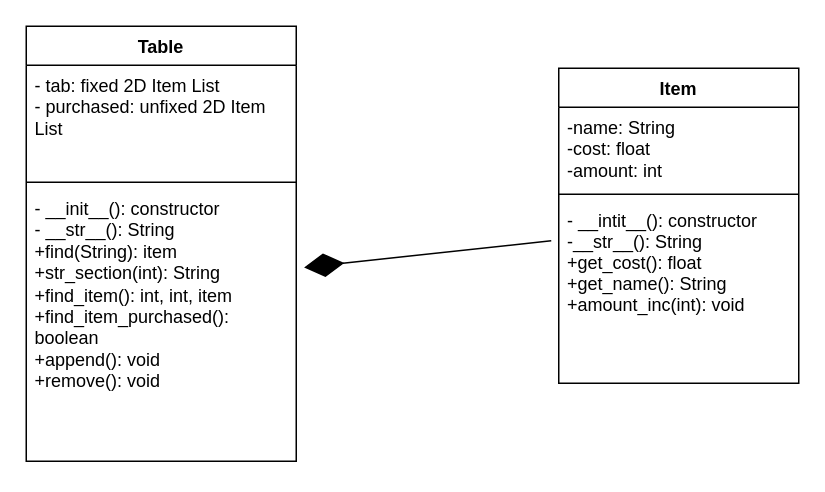
Serpent1776/code keeps this draw.io diagram as Python/Projects/Prj1/Grocery_Store.drawio. Above is the earlier version. Source tidied: cells renumbered, new cells numbered last; positions are measured from the earlier drawing's top-left corner, leaving out a move shared by most shapes. Both pictures are drawn from the tidied source at 150%, with x=0, y=0 at pixel (26, 26).
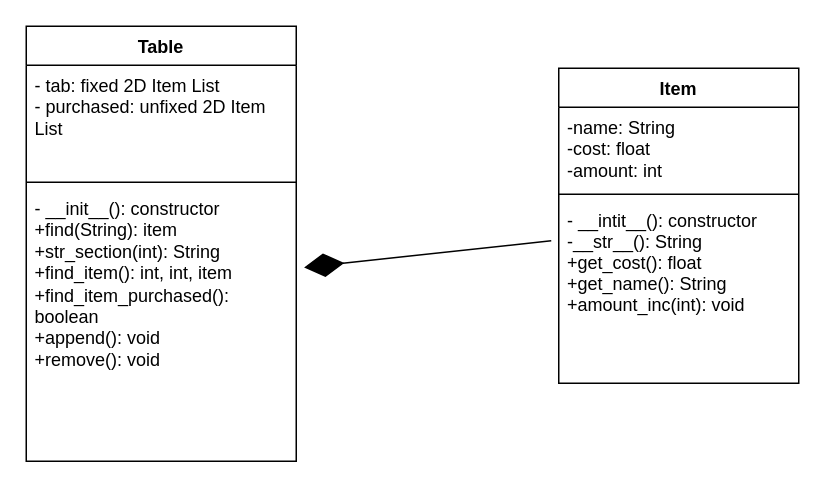
After the change.

Change to the diagram source:
```diff
@@
 <mxGraphModel>
   <root>
     <mxCell id="0" />
     <mxCell id="1" parent="0" />
     <mxCell id="2" value="Table" style="swimlane;fontStyle=1;align=center;verticalAlign=top;horizontal=1;startSize=26;" parent="1" vertex="1">
       <mxGeometry width="180" height="290" as="geometry" />
     </mxCell>
     <mxCell id="3" value="- tab: fixed 2D Item List&#10;- purchased: unfixed 2D Item List" style="text;strokeColor=none;fillColor=none;align=left;verticalAlign=top;spacingLeft=4;spacingRight=4;overflow=hidden;whiteSpace=wrap;" parent="2" vertex="1">
       <mxGeometry y="26" width="180" height="74" as="geometry" />
     </mxCell>
     <mxCell id="4" style="line;strokeWidth=1;fillColor=none;align=left;verticalAlign=middle;spacingTop=-1;spacingLeft=3;spacingRight=3;labelPosition=right;strokeColor=inherit;" parent="2" vertex="1">
       <mxGeometry y="100" width="180" height="8" as="geometry" />
     </mxCell>
-    <mxCell id="5" value="- __init__(): constructor&#10;- __str__(): String&#10;+find(String): item&#10;+str_section(int): String&#10;+find_item(): int, int, item &#10;+find_item_purchased(): boolean&#10;+append(): void&#10;+remove(): void" style="text;strokeColor=none;fillColor=none;align=left;verticalAlign=top;spacingLeft=4;spacingRight=4;overflow=hidden;points=[[0,0.5],[1,0.5]];portConstraint=eastwest;whiteSpace=wrap;" parent="2" vertex="1">
+    <mxCell id="5" value="- __init__(): constructor&#10;+find(String): item&#10;+str_section(int): String&#10;+find_item(): int, int, item &#10;+find_item_purchased(): boolean&#10;+append(): void&#10;+remove(): void" style="text;strokeColor=none;fillColor=none;align=left;verticalAlign=top;spacingLeft=4;spacingRight=4;overflow=hidden;points=[[0,0.5],[1,0.5]];portConstraint=eastwest;whiteSpace=wrap;" parent="2" vertex="1">
       <mxGeometry y="108" width="180" height="182" as="geometry" />
     </mxCell>
     <mxCell id="6" value="Item" style="swimlane;fontStyle=1;align=center;verticalAlign=top;horizontal=1;startSize=26;whiteSpace=wrap;" parent="1" vertex="1">
       <mxGeometry x="355" y="28" width="160" height="210" as="geometry" />
     </mxCell>
     <mxCell id="7" value="-name: String&#10;-cost: float&#10;-amount: int" style="text;strokeColor=none;fillColor=none;align=left;verticalAlign=top;spacingLeft=4;spacingRight=4;overflow=hidden;whiteSpace=wrap;" parent="6" vertex="1">
       <mxGeometry y="26" width="160" height="54" as="geometry" />
     </mxCell>
     <mxCell id="8" style="line;strokeWidth=1;fillColor=none;align=left;verticalAlign=middle;spacingTop=-1;spacingLeft=3;spacingRight=3;labelPosition=right;strokeColor=inherit;" parent="6" vertex="1">
       <mxGeometry y="80" width="160" height="8" as="geometry" />
     </mxCell>
     <mxCell id="9" value="- __intit__(): constructor&#10;-__str__(): String&#10;+get_cost(): float&#10;+get_name(): String&#10;+amount_inc(int): void" style="text;strokeColor=none;fillColor=none;align=left;verticalAlign=top;spacingLeft=4;spacingRight=4;overflow=hidden;" parent="6" vertex="1">
       <mxGeometry y="88" width="160" height="122" as="geometry" />
     </mxCell>
     <mxCell id="10" style="endArrow=diamondThin;endFill=1;endSize=24;html=1;entryX=1.029;entryY=0.29;entryDx=0;entryDy=0;entryPerimeter=0;" parent="1" edge="1" target="5">
       <mxGeometry relative="1" as="geometry">
         <mxPoint x="350" y="143" as="sourcePoint" />
       </mxGeometry>
     </mxCell>
   </root>
 </mxGraphModel>
```
